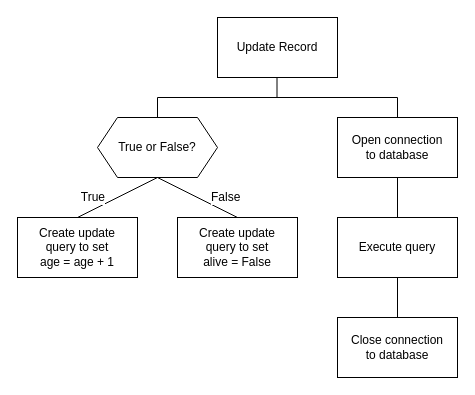
MrFriendCS/MrFriendCS.github.io keeps this draw.io diagram as page "sd7" (14 of 14) of ah-cs/sdd/AH-SDD-Animals/assets/diagrams/AH-SDD-Animals.drawio. Above is the earlier version. Source tidied: cells renumbered, new cells numbered last; positions are measured from the earlier drawing's top-left corner, leaving out a move shared by most shapes. Both pictures are drawn from the tidied source at 100%, with x=0, y=0 at pixel (17, 17).
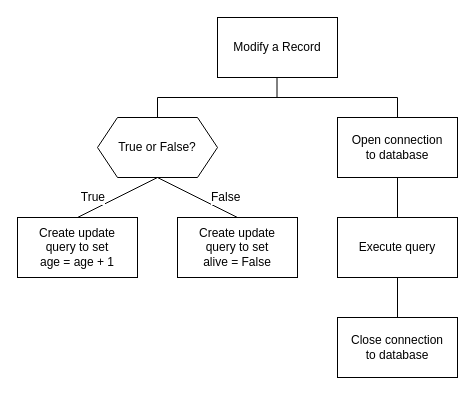
The same page after the edit.

Change to the diagram source:
```diff
@@
-    <mxCell id="2" value="Update Record" style="rounded=0;whiteSpace=wrap;html=1;fillColor=none;" parent="1" vertex="1">
+    <mxCell id="2" value="Modify a Record" style="rounded=0;whiteSpace=wrap;html=1;fillColor=none;" parent="1" vertex="1">
       <mxGeometry x="200" width="120" height="60" as="geometry" />
     </mxCell>
```
